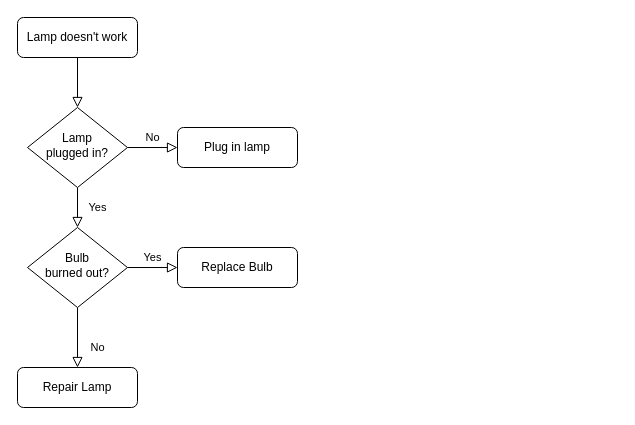
This is ext4_create流程图.drawio from gokucai/drawio_repo, a draw.io file, before an edit. Source tidied: cells renumbered, new cells numbered last; positions are measured from the earlier drawing's top-left corner, leaving out a move shared by most shapes. Both pictures are drawn from the tidied source at 100%, with x=0, y=0 at pixel (17, 17).
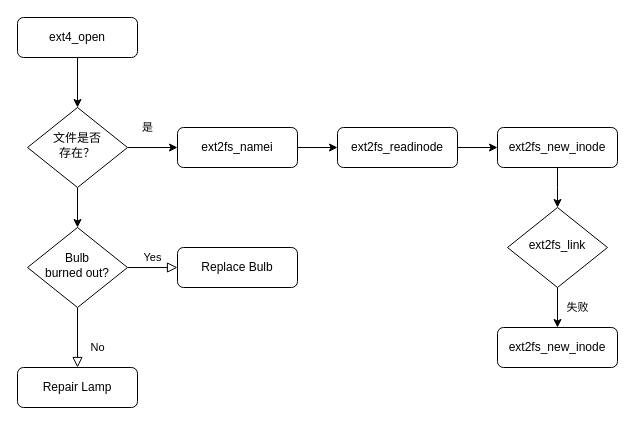
The same diagram, later.

Commit message (it also covers changes not shown here):
更新ext4_create流程图.drawio

The change refers to these unchanged cells:
```xml
<mxCell id="10" value="Bulb&lt;br&gt;burned out?" style="rhombus;whiteSpace=wrap;html=1;shadow=0;fontFamily=Helvetica;fontSize=12;align=center;strokeWidth=1;spacing=6;spacingTop=-4;" parent="1" vertex="1">
  <mxGeometry x="10" y="210" width="100" height="80" as="geometry" />
</mxCell>
```

The edit, as a diff of the source:
```diff
@@
-    <mxCell id="2" style="rounded=0;html=1;jettySize=auto;fontSize=11;endArrow=block;endFill=0;endSize=8;strokeWidth=1;shadow=0;labelBackgroundColor=none;edgeStyle=orthogonalEdgeStyle;" parent="1" edge="1" source="3" target="6">
+    <mxCell id="2" style="edgeStyle=orthogonalEdgeStyle;rounded=0;jettySize=auto;html=1;" parent="1" edge="1" source="3" target="6">
       <mxGeometry relative="1" as="geometry" />
     </mxCell>
-    <mxCell id="3" value="Lamp doesn't work" style="rounded=1;whiteSpace=wrap;html=1;fontSize=12;glass=0;strokeWidth=1;shadow=0;" parent="1" vertex="1">
+    <mxCell id="3" value="ext4_open" style="rounded=1;whiteSpace=wrap;html=1;fontSize=12;glass=0;strokeWidth=1;shadow=0;" parent="1" vertex="1">
       <mxGeometry width="120" height="40" as="geometry" />
     </mxCell>
+    <mxCell id="5" value="是" style="edgeStyle=orthogonalEdgeStyle;rounded=0;jettySize=auto;html=1;" parent="1" edge="1" source="6" target="7">
+      <mxGeometry x="-0.2" y="20" relative="1" as="geometry" />
+    </mxCell>
-    <mxCell id="4" value="Yes" style="rounded=0;html=1;jettySize=auto;fontSize=11;endArrow=block;endFill=0;endSize=8;strokeWidth=1;shadow=0;labelBackgroundColor=none;edgeStyle=orthogonalEdgeStyle;" parent="1" edge="1" source="6" target="10">
-      <mxGeometry y="20" relative="1" as="geometry" />
+    <mxCell id="4" style="edgeStyle=orthogonalEdgeStyle;rounded=0;jettySize=auto;html=1;" parent="1" edge="1" source="6" target="10">
+      <mxGeometry relative="1" as="geometry" />
     </mxCell>
-    <mxCell id="5" value="No" style="edgeStyle=orthogonalEdgeStyle;rounded=0;html=1;jettySize=auto;fontSize=11;endArrow=block;endFill=0;endSize=8;strokeWidth=1;shadow=0;labelBackgroundColor=none;" parent="1" edge="1" source="6" target="7">
-      <mxGeometry y="10" relative="1" as="geometry" />
-    </mxCell>
-    <mxCell id="6" value="Lamp&lt;br&gt;plugged in?" style="rhombus;whiteSpace=wrap;html=1;shadow=0;fontFamily=Helvetica;fontSize=12;align=center;strokeWidth=1;spacing=6;spacingTop=-4;" parent="1" vertex="1">
+    <mxCell id="6" value="文件是否&lt;br&gt;存在？" style="rhombus;whiteSpace=wrap;html=1;shadow=0;fontFamily=Helvetica;fontSize=12;align=center;strokeWidth=1;spacing=6;spacingTop=-4;" parent="1" vertex="1">
       <mxGeometry x="10" y="90" width="100" height="80" as="geometry" />
     </mxCell>
+    <mxCell id="13" style="edgeStyle=orthogonalEdgeStyle;rounded=0;jettySize=auto;html=1;" parent="1" edge="1" source="7" target="15">
+      <mxGeometry relative="1" as="geometry" />
+    </mxCell>
-    <mxCell id="7" value="Plug in lamp" style="rounded=1;whiteSpace=wrap;html=1;fontSize=12;glass=0;strokeWidth=1;shadow=0;" parent="1" vertex="1">
+    <mxCell id="7" value="ext2fs_namei" style="rounded=1;whiteSpace=wrap;html=1;fontSize=12;glass=0;strokeWidth=1;shadow=0;" parent="1" vertex="1">
       <mxGeometry x="160" y="110" width="120" height="40" as="geometry" />
     </mxCell>
@@
+    <mxCell id="14" style="edgeStyle=orthogonalEdgeStyle;rounded=0;jettySize=auto;html=1;" parent="1" edge="1" source="15" target="17">
+      <mxGeometry relative="1" as="geometry" />
+    </mxCell>
+    <mxCell id="15" value="ext2fs_readinode" style="rounded=1;whiteSpace=wrap;html=1;fontSize=12;glass=0;strokeWidth=1;shadow=0;" parent="1" vertex="1">
+      <mxGeometry x="320" y="110" width="120" height="40" as="geometry" />
+    </mxCell>
+    <mxCell id="16" style="edgeStyle=orthogonalEdgeStyle;rounded=0;jettySize=auto;html=1;" parent="1" edge="1" source="17">
+      <mxGeometry relative="1" as="geometry">
+        <mxPoint x="540" y="190" as="targetPoint" />
+      </mxGeometry>
+    </mxCell>
+    <mxCell id="17" value="ext2fs_new_inode" style="rounded=1;whiteSpace=wrap;html=1;fontSize=12;glass=0;strokeWidth=1;shadow=0;" parent="1" vertex="1">
+      <mxGeometry x="480" y="110" width="120" height="40" as="geometry" />
+    </mxCell>
+    <mxCell id="18" value="失败" style="edgeStyle=orthogonalEdgeStyle;rounded=0;jettySize=auto;html=1;" parent="1" edge="1" source="19" target="20">
+      <mxGeometry y="20" relative="1" as="geometry" />
+    </mxCell>
+    <mxCell id="19" value="ext2fs_link" style="rhombus;whiteSpace=wrap;html=1;shadow=0;fontFamily=Helvetica;fontSize=12;align=center;strokeWidth=1;spacing=6;spacingTop=-4;" parent="1" vertex="1">
+      <mxGeometry x="490" y="190" width="100" height="80" as="geometry" />
+    </mxCell>
+    <mxCell id="20" value="ext2fs_new_inode" style="rounded=1;whiteSpace=wrap;html=1;fontSize=12;glass=0;strokeWidth=1;shadow=0;" parent="1" vertex="1">
+      <mxGeometry x="480" y="310" width="120" height="40" as="geometry" />
+    </mxCell>
```
